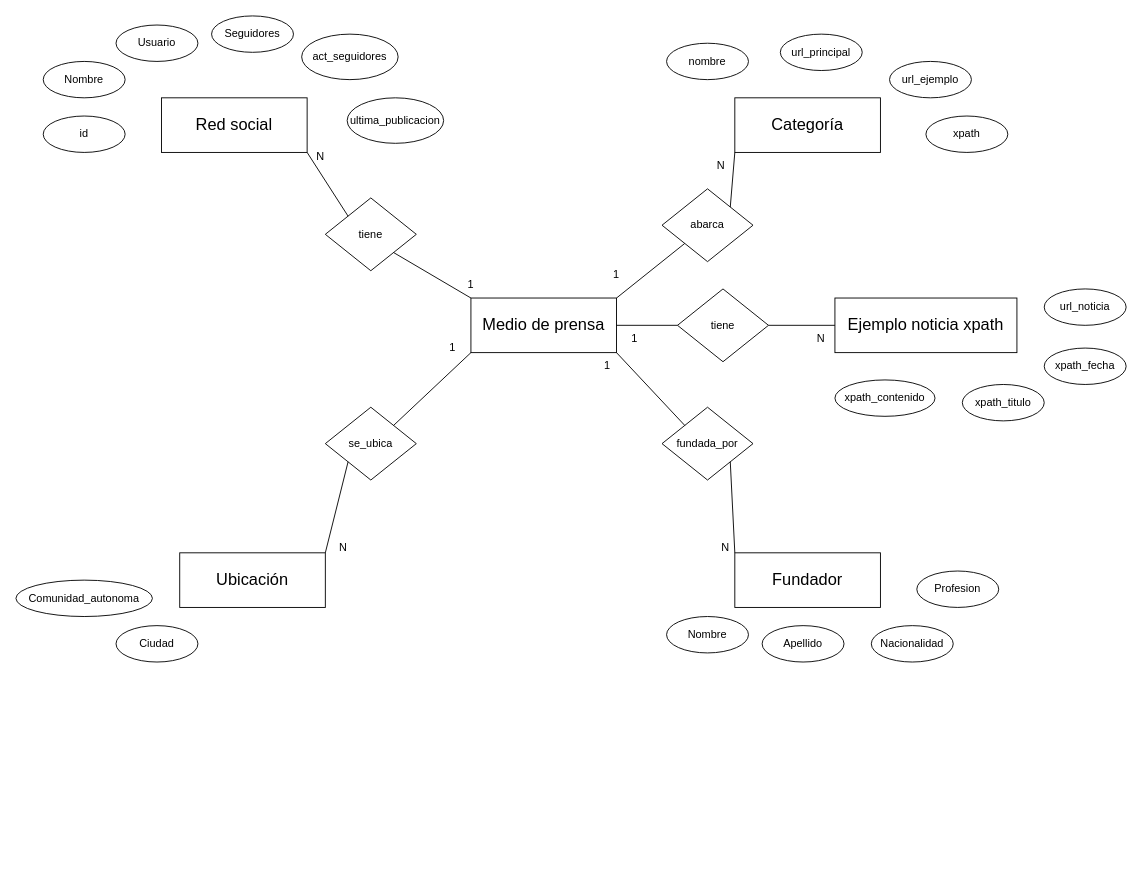
Before: Parte_A/Diagrama entidad-relacion.drawio in LuisPa197/INFO133-equipo01, a draw.io diagram. Source tidied: cells renumbered, new cells numbered last; positions are measured from the earlier drawing's top-left corner, leaving out a move shared by most shapes. Both pictures are drawn from the tidied source at 91%, with x=0, y=0 at pixel (15, 15).
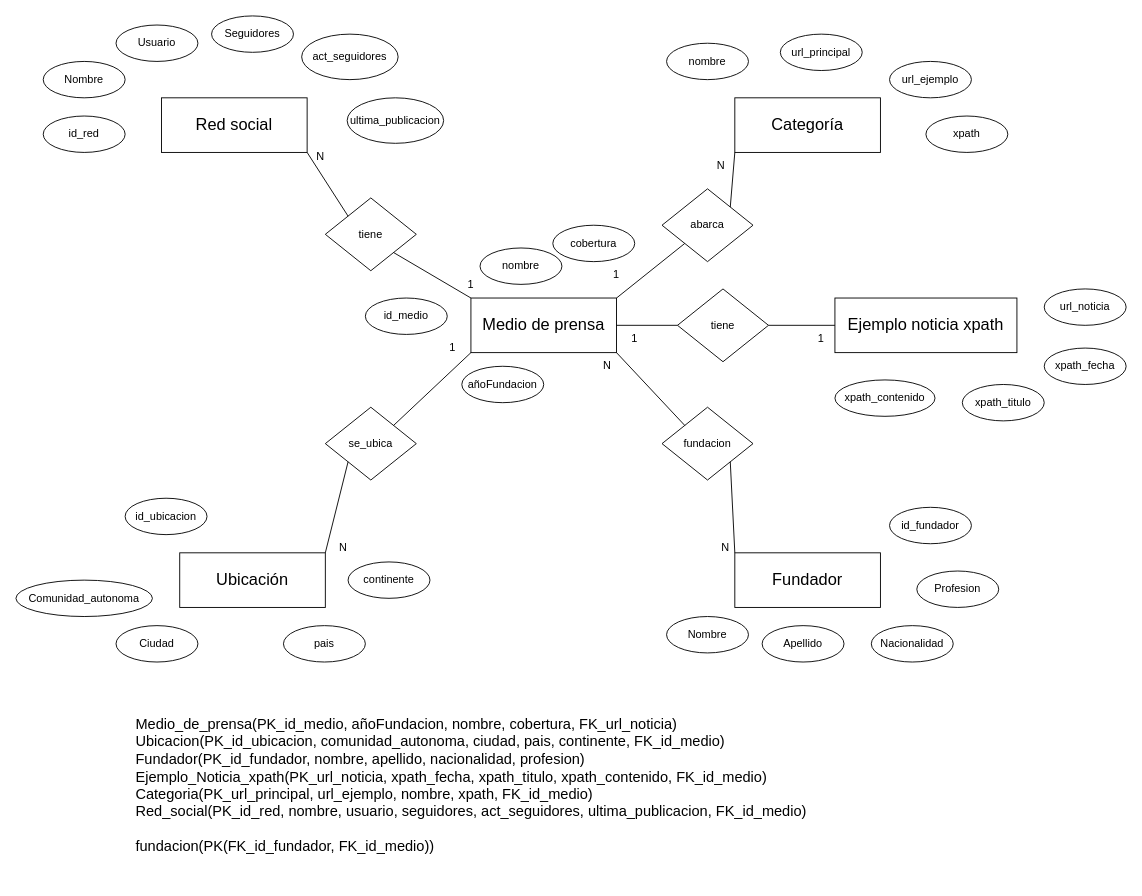
The same diagram, later.

Diff of the diagram source:
```diff
@@
-    <mxCell id="10" value="fundada_por" style="rhombus;whiteSpace=wrap;html=1;" parent="1" vertex="1">
+    <mxCell id="10" value="fundacion" style="rhombus;whiteSpace=wrap;html=1;" parent="1" vertex="1">
       <mxGeometry x="710" y="430" width="100" height="80" as="geometry" />
     </mxCell>
@@
-    <mxCell id="40" value="1" style="text;html=1;strokeColor=none;fillColor=none;align=center;verticalAlign=middle;whiteSpace=wrap;rounded=0;" parent="1" vertex="1">
+    <mxCell id="40" value="N" style="text;html=1;strokeColor=none;fillColor=none;align=center;verticalAlign=middle;whiteSpace=wrap;rounded=0;" parent="1" vertex="1">
       <mxGeometry x="620" y="370" width="60" height="30" as="geometry" />
     </mxCell>
@@
-    <mxCell id="43" value="N" style="text;html=1;strokeColor=none;fillColor=none;align=center;verticalAlign=middle;whiteSpace=wrap;rounded=0;" parent="1" vertex="1">
+    <mxCell id="43" value="1" style="text;html=1;strokeColor=none;fillColor=none;align=center;verticalAlign=middle;whiteSpace=wrap;rounded=0;" parent="1" vertex="1">
       <mxGeometry x="855" y="340" width="60" height="30" as="geometry" />
     </mxCell>
@@
-    <mxCell id="52" value="id" style="ellipse;whiteSpace=wrap;html=1;" parent="1" vertex="1">
+    <mxCell id="52" value="id_red" style="ellipse;whiteSpace=wrap;html=1;" parent="1" vertex="1">
       <mxGeometry x="30" y="110" width="90" height="40" as="geometry" />
     </mxCell>
+    <mxCell id="53" value="id_medio" style="ellipse;whiteSpace=wrap;html=1;" parent="1" vertex="1">
+      <mxGeometry x="384" y="310" width="90" height="40" as="geometry" />
+    </mxCell>
+    <mxCell id="54" value="nombre" style="ellipse;whiteSpace=wrap;html=1;" parent="1" vertex="1">
+      <mxGeometry x="510" y="255" width="90" height="40" as="geometry" />
+    </mxCell>
+    <mxCell id="55" value="añoFundacion" style="ellipse;whiteSpace=wrap;html=1;" parent="1" vertex="1">
+      <mxGeometry x="490" y="385" width="90" height="40" as="geometry" />
+    </mxCell>
+    <mxCell id="56" value="cobertura" style="ellipse;whiteSpace=wrap;html=1;" parent="1" vertex="1">
+      <mxGeometry x="590" y="230" width="90" height="40" as="geometry" />
+    </mxCell>
+    <mxCell id="57" value="pais" style="ellipse;whiteSpace=wrap;html=1;" parent="1" vertex="1">
+      <mxGeometry x="294" y="670" width="90" height="40" as="geometry" />
+    </mxCell>
+    <mxCell id="58" value="continente" style="ellipse;whiteSpace=wrap;html=1;" parent="1" vertex="1">
+      <mxGeometry x="365" y="600" width="90" height="40" as="geometry" />
+    </mxCell>
+    <mxCell id="59" value="id_fundador" style="ellipse;whiteSpace=wrap;html=1;" parent="1" vertex="1">
+      <mxGeometry x="960" y="540" width="90" height="40" as="geometry" />
+    </mxCell>
+    <mxCell id="60" value="id_ubicacion" style="ellipse;whiteSpace=wrap;html=1;" parent="1" vertex="1">
+      <mxGeometry x="120" y="530" width="90" height="40" as="geometry" />
+    </mxCell>
+    <mxCell id="61" value="&lt;div style=&quot;text-align: left;&quot;&gt;&lt;span style=&quot;font-size: medium; background-color: initial;&quot;&gt;Medio_de_prensa(PK_id_medio, añoFundacion, nombre, cobertura, FK_url_noticia)&lt;/span&gt;&lt;/div&gt;&lt;font size=&quot;3&quot;&gt;&lt;div style=&quot;text-align: left;&quot;&gt;&lt;span style=&quot;background-color: initial;&quot;&gt;Ubicacion(PK_id_ubicacion, comunidad_autonoma, ciudad, pais, continente, FK_id_medio)&lt;/span&gt;&lt;/div&gt;&lt;div style=&quot;text-align: left;&quot;&gt;&lt;span style=&quot;background-color: initial;&quot;&gt;Fundador(PK_id_fundador, nombre, apellido, nacionalidad, profesion)&lt;/span&gt;&lt;/div&gt;&lt;div style=&quot;text-align: left;&quot;&gt;Ejemplo_Noticia_xpath(PK_url_noticia, xpath_fecha, xpath_titulo, xpath_contenido, FK_id_medio)&lt;/div&gt;&lt;div style=&quot;text-align: left;&quot;&gt;Categoria(PK_url_principal, url_ejemplo, nombre, xpath, FK_id_medio)&lt;/div&gt;&lt;div style=&quot;text-align: left;&quot;&gt;Red_social(PK_id_red, nombre, usuario, seguidores, act_seguidores, ultima_publicacion, FK_id_medio)&lt;/div&gt;&lt;div style=&quot;text-align: left;&quot;&gt;&lt;br&gt;&lt;/div&gt;&lt;div style=&quot;text-align: left;&quot;&gt;fundacion(PK(FK_id_fundador, FK_id_medio))&lt;/div&gt;&lt;br&gt;&lt;/font&gt;" style="text;html=1;align=center;verticalAlign=middle;strokeColor=none;fillColor=none;" parent="1" vertex="1">
+      <mxGeometry x="120" y="760" width="760" height="190" as="geometry" />
+    </mxCell>
```
